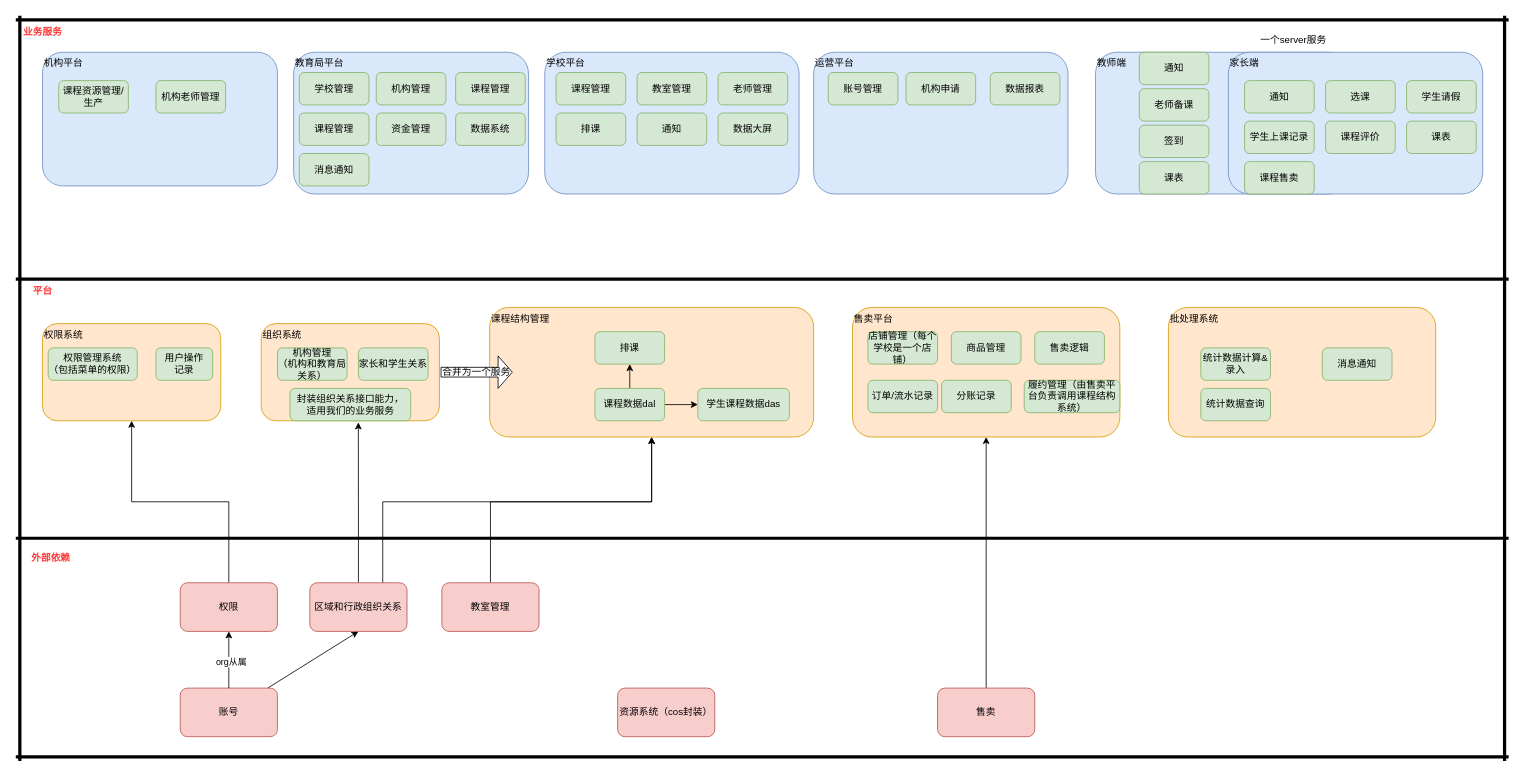
Before: 330-组织架构.drawio in wgyuuu/flow_chart, a draw.io diagram. Source tidied: cells renumbered, new cells numbered last; positions are measured from the earlier drawing's top-left corner, leaving out a move shared by most shapes. Both pictures are drawn from the tidied source at 81%, with x=0, y=0 at pixel (15, 15).
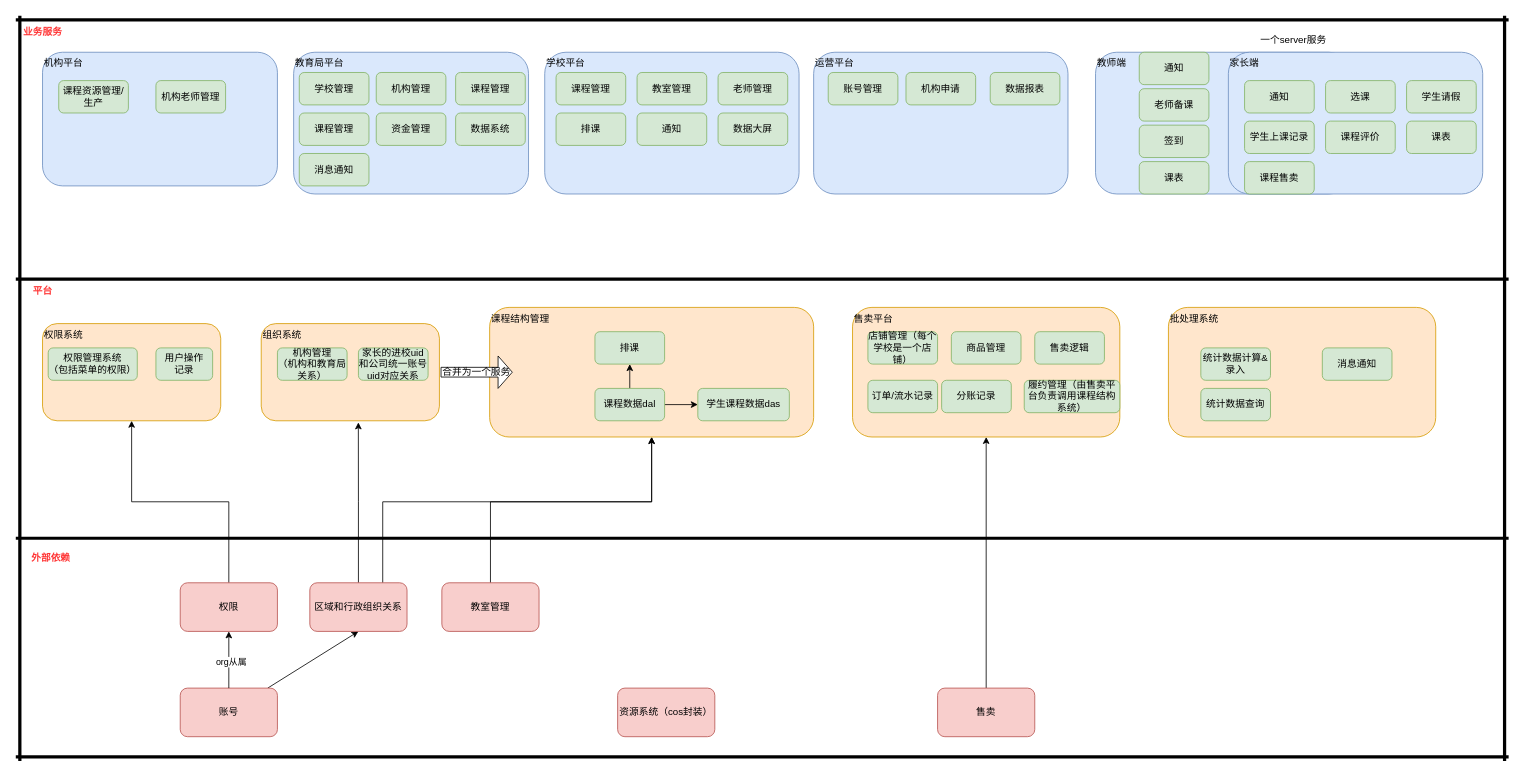
Above is the later version.

Change to the diagram source:
```diff
@@
-    <mxCell id="81" value="家长和学生关系" style="rounded=1;whiteSpace=wrap;html=1;align=center;verticalAlign=middle;fillColor=#d5e8d4;strokeColor=#82b366;" parent="1" vertex="1">
+    <mxCell id="81" value="家长的进校uid和公司统一账号uid对应关系" style="rounded=1;whiteSpace=wrap;html=1;align=center;verticalAlign=middle;fillColor=#d5e8d4;strokeColor=#82b366;" parent="1" vertex="1">
       <mxGeometry x="423" y="410" width="86" height="40" as="geometry" />
     </mxCell>
@@
-    <mxCell id="84" value="封装组织关系接口能力，&lt;br&gt;适用我们的业务服务" style="rounded=1;whiteSpace=wrap;html=1;align=center;verticalAlign=middle;fillColor=#d5e8d4;strokeColor=#82b366;" parent="1" vertex="1">
-      <mxGeometry x="338.5" y="460" width="149" height="40" as="geometry" />
-    </mxCell>
```
